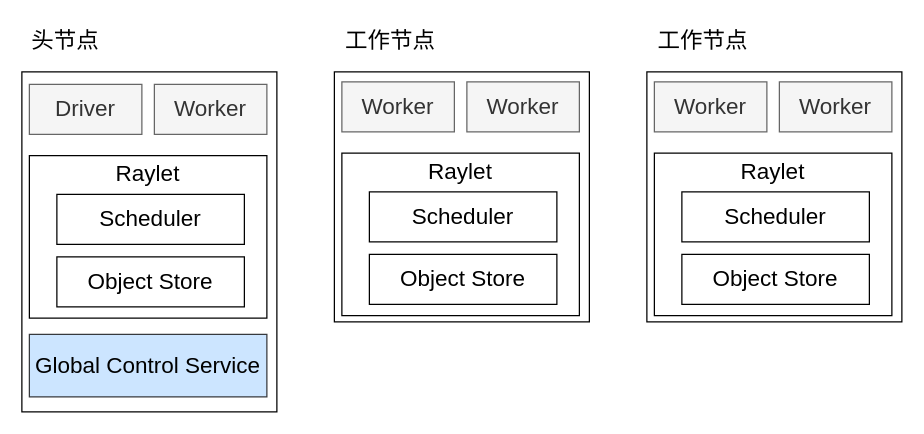
Before: drawio/ch-ray-core/ray-cluster.drawio in godaai/scale-py-zh, a draw.io diagram. Source tidied: cells renumbered, new cells numbered last; positions are measured from the earlier drawing's top-left corner, leaving out a move shared by most shapes. Both pictures are drawn from the tidied source at 125%, with x=0, y=0 at pixel (21, 21).
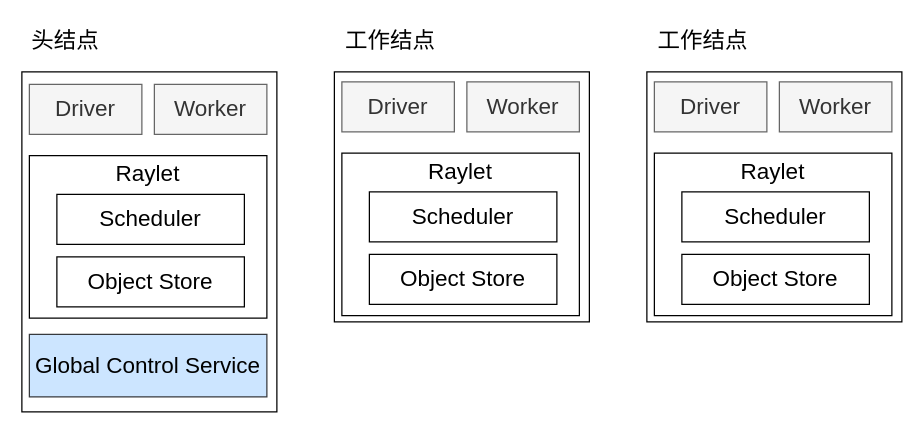
Above is the later version.

The edit, as a diff of the source:
```diff
@@
-    <mxCell id="10" value="头节点" style="text;html=1;strokeColor=none;fillColor=none;align=center;verticalAlign=middle;whiteSpace=wrap;rounded=0;fontSize=18;" parent="1" vertex="1">
+    <mxCell id="10" value="头结点" style="text;html=1;strokeColor=none;fillColor=none;align=center;verticalAlign=middle;whiteSpace=wrap;rounded=0;fontSize=18;" parent="1" vertex="1">
       <mxGeometry width="70" height="30" as="geometry" />
     </mxCell>
@@
-    <mxCell id="12" value="Worker" style="rounded=0;whiteSpace=wrap;html=1;fontSize=18;fillColor=#f5f5f5;fontColor=#333333;strokeColor=#666666;" parent="1" vertex="1">
+    <mxCell id="12" value="Driver" style="rounded=0;whiteSpace=wrap;html=1;fontSize=18;fillColor=#f5f5f5;fontColor=#333333;strokeColor=#666666;" parent="1" vertex="1">
       <mxGeometry x="256" y="48" width="90" height="40" as="geometry" />
     </mxCell>
@@
-    <mxCell id="18" value="工作节点" style="text;html=1;strokeColor=none;fillColor=none;align=center;verticalAlign=middle;whiteSpace=wrap;rounded=0;fontSize=18;" parent="1" vertex="1">
+    <mxCell id="18" value="工作结点" style="text;html=1;strokeColor=none;fillColor=none;align=center;verticalAlign=middle;whiteSpace=wrap;rounded=0;fontSize=18;" parent="1" vertex="1">
       <mxGeometry x="250" width="90" height="30" as="geometry" />
     </mxCell>
@@
-    <mxCell id="20" value="Worker" style="rounded=0;whiteSpace=wrap;html=1;fontSize=18;fillColor=#f5f5f5;fontColor=#333333;strokeColor=#666666;" parent="1" vertex="1">
+    <mxCell id="20" value="Driver" style="rounded=0;whiteSpace=wrap;html=1;fontSize=18;fillColor=#f5f5f5;fontColor=#333333;strokeColor=#666666;" parent="1" vertex="1">
       <mxGeometry x="506" y="48" width="90" height="40" as="geometry" />
     </mxCell>
@@
-    <mxCell id="26" value="工作节点" style="text;html=1;strokeColor=none;fillColor=none;align=center;verticalAlign=middle;whiteSpace=wrap;rounded=0;fontSize=18;" parent="1" vertex="1">
+    <mxCell id="26" value="工作结点" style="text;html=1;strokeColor=none;fillColor=none;align=center;verticalAlign=middle;whiteSpace=wrap;rounded=0;fontSize=18;" parent="1" vertex="1">
       <mxGeometry x="500" width="90" height="30" as="geometry" />
     </mxCell>
```
